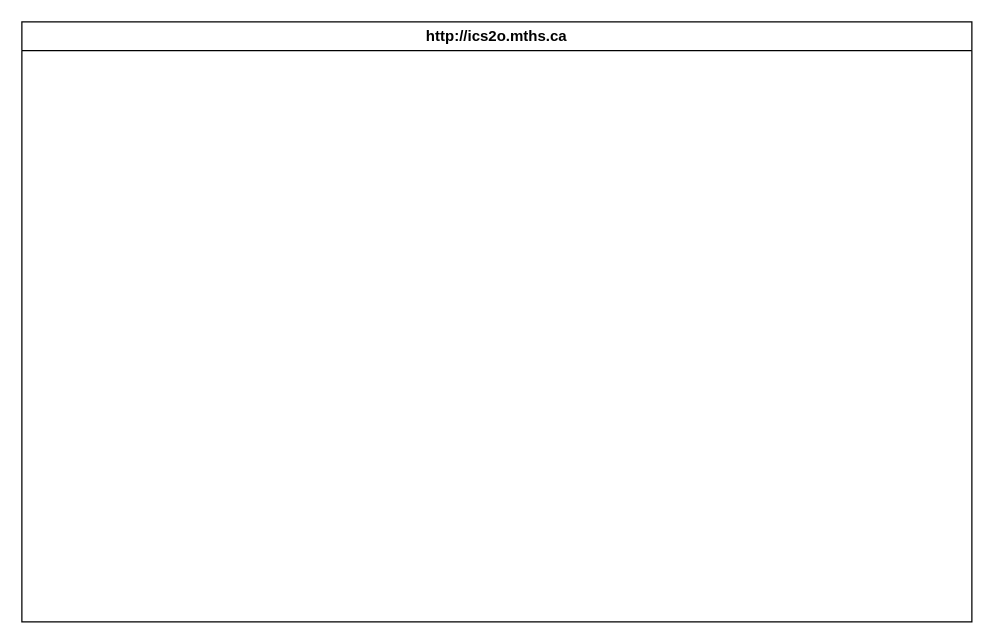
This is design/storyboard.drawio from MTHS-ICD2O-1-2023/ICD2O-Unit-5-01-fetuha-gebremekeal, a draw.io file, before an edit. Source tidied: cells renumbered, new cells numbered last; positions are measured from the earlier drawing's top-left corner, leaving out a move shared by most shapes. Both pictures are drawn from the tidied source at 125%, with x=0, y=0 at pixel (21, 21).
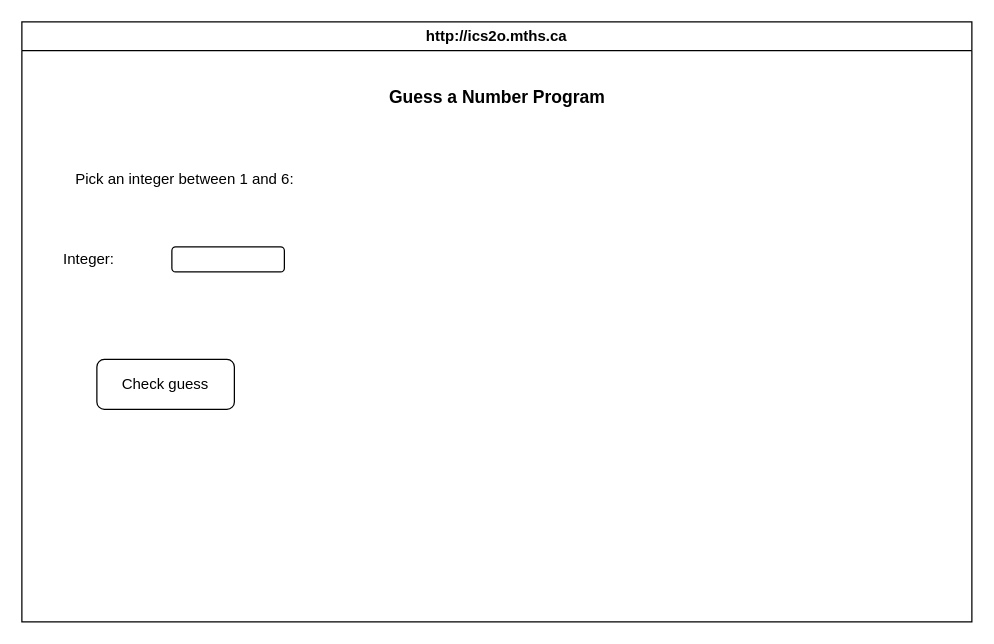
After the change.

Change to the diagram source:
```diff
@@
 <mxGraphModel>
   <root>
     <mxCell id="0" />
     <mxCell id="1" parent="0" />
     <mxCell id="2" value="http://ics2o.mths.ca" style="swimlane;whiteSpace=wrap;html=1;" parent="1" vertex="1">
       <mxGeometry width="760" height="480" as="geometry" />
     </mxCell>
+    <mxCell id="3" value="&lt;font style=&quot;font-size: 14px;&quot;&gt;&lt;b&gt;Guess a Number Program&lt;/b&gt;&lt;/font&gt;" style="text;html=1;align=center;verticalAlign=middle;strokeColor=none;fillColor=none;" parent="2" vertex="1">
+      <mxGeometry x="280" y="45" width="200" height="30" as="geometry" />
+    </mxCell>
+    <mxCell id="4" value="&lt;font style=&quot;font-size: 12px;&quot;&gt;Pick an integer between 1 and 6:&lt;/font&gt;" style="text;html=1;align=center;verticalAlign=middle;strokeColor=none;fillColor=none;fontSize=14;" parent="2" vertex="1">
+      <mxGeometry x="30" y="110" width="200" height="30" as="geometry" />
+    </mxCell>
+    <mxCell id="5" value="Integer:&amp;nbsp;" style="text;html=1;align=center;verticalAlign=middle;strokeColor=none;fillColor=none;fontSize=12;" parent="2" vertex="1">
+      <mxGeometry x="20" y="175" width="70" height="30" as="geometry" />
+    </mxCell>
+    <mxCell id="6" style="rounded=1;whiteSpace=wrap;html=1;fontSize=12;" parent="2" vertex="1">
+      <mxGeometry x="120" y="180" width="90" height="20" as="geometry" />
+    </mxCell>
+    <mxCell id="7" value="Check guess" style="rounded=1;whiteSpace=wrap;html=1;fontSize=12;" parent="2" vertex="1">
+      <mxGeometry x="60" y="270" width="110" height="40" as="geometry" />
+    </mxCell>
   </root>
 </mxGraphModel>
```
